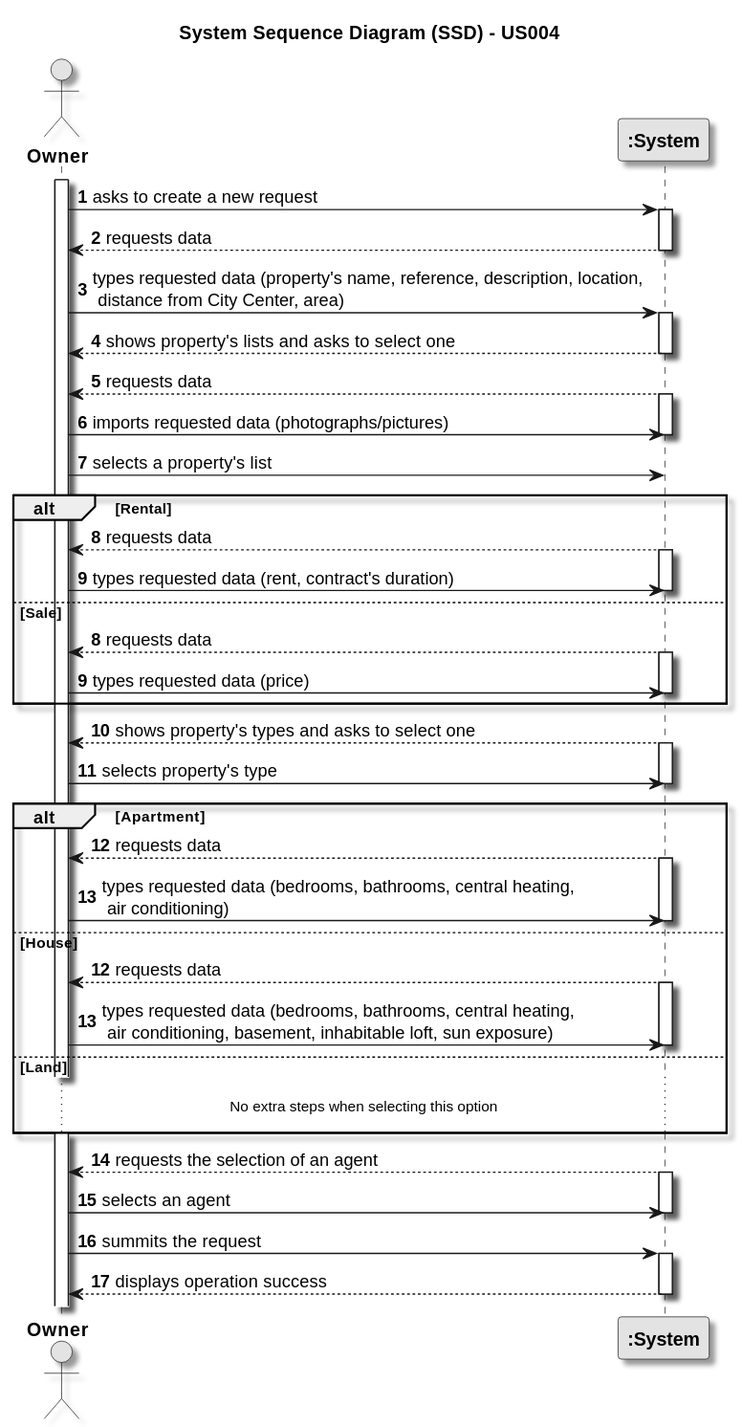
The PlantUML diagram docs/sprintA/us004/01.requirements-engineering/svg/us004-system-sequence-diagram.svg in rita-barbosa/LAPR2-2223, before a commit.
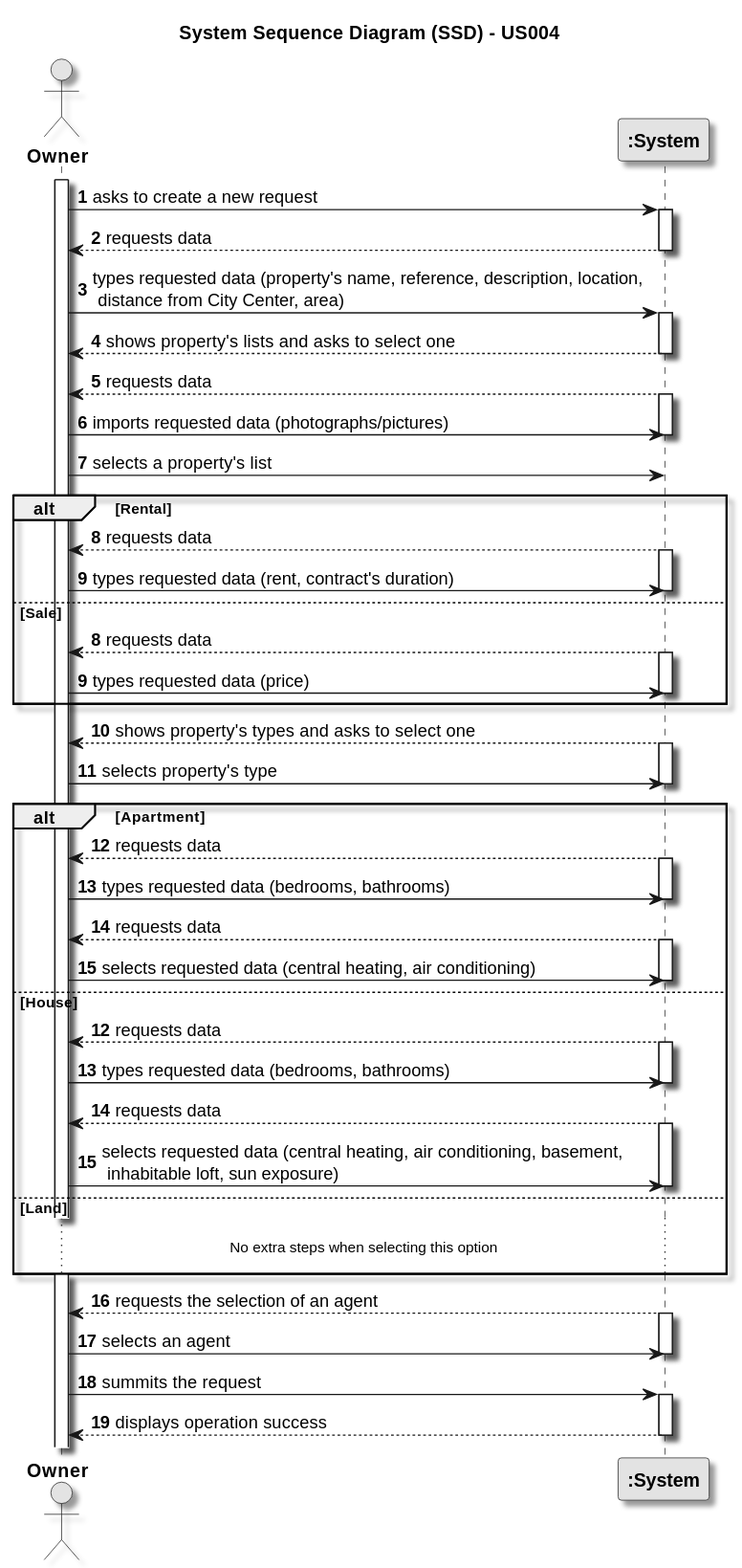
After the change.

What changed in the source:
```diff
@@ -61,16 +61,28 @@
         System --> "Owner": requests data
         activate System
 
-        "Owner" -> System: types requested data (bedrooms, bathrooms, central heating,\n air conditioning)
+        "Owner" -> System: types requested data (bedrooms, bathrooms)
         deactivate System
+
+    System --> "Owner": requests data
+                    activate System
+
+                    "Owner" -> System: selects requested data (central heating, air conditioning)
+                    deactivate System
 
     else House
         autonumber 12
          System --> "Owner": requests data
         activate System
 
-        "Owner" -> System: types requested data (bedrooms, bathrooms, central heating,\n air conditioning, basement, inhabitable loft, sun exposure)
+        "Owner" -> System: types requested data (bedrooms, bathrooms)
         deactivate System
+
+         System --> "Owner": requests data
+                activate System
+
+                "Owner" -> System: selects requested data (central heating, air conditioning, basement,\n inhabitable loft, sun exposure)
+                deactivate System
 
     else Land
 
```
